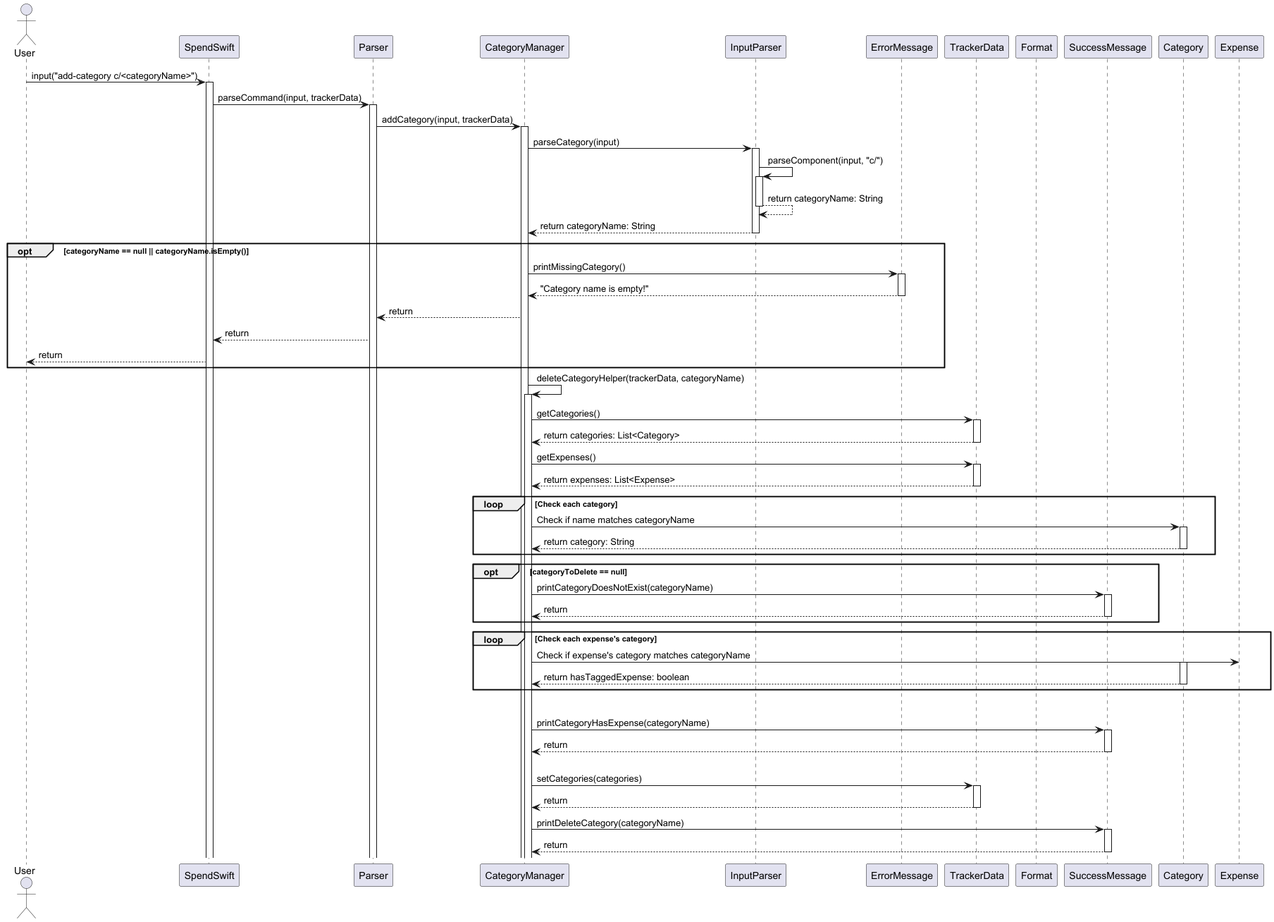
This is docs/sequencediagrams/DeleteCategory.png from nus-cs2113-AY2425S1/tp, a PlantUML export, as it was before one commit. Source of this version:
```plantuml
@startuml

actor User
participant SpendSwift
participant Parser
participant CategoryManager
participant InputParser
participant ErrorMessage
participant TrackerData
participant Format
participant SuccessMessage
participant Category

User -> SpendSwift : input("add-category c/<categoryName>")
activate SpendSwift
SpendSwift -> Parser : parseCommand(input, trackerData)

activate Parser
Parser -> CategoryManager : addCategory(input, trackerData)

activate CategoryManager
CategoryManager -> InputParser : parseCategory(input)

activate InputParser
InputParser -> InputParser : parseComponent(input, "c/")

    activate InputParser
    InputParser --> InputParser : return categoryName: String
    deactivate InputParser

InputParser --> CategoryManager : return categoryName: String
deactivate InputParser

opt categoryName == null || categoryName.isEmpty()
    CategoryManager -> ErrorMessage : printMissingCategory()
    activate ErrorMessage
    ErrorMessage --> CategoryManager : "Category name is empty!"
    deactivate ErrorMessage
    CategoryManager --> Parser : return
    Parser --> SpendSwift : return
    SpendSwift --> User : return
end

CategoryManager -> CategoryManager : deleteCategoryHelper(trackerData, categoryName)
activate CategoryManager
CategoryManager -> TrackerData : getCategories()
activate TrackerData
TrackerData --> CategoryManager : return categories: List<Category>
deactivate TrackerData
CategoryManager -> TrackerData : getExpenses()
activate TrackerData
TrackerData --> CategoryManager : return expenses: List<Expense>
deactivate TrackerData

loop Check each category
    CategoryManager -> Category : Check if name matches categoryName
    activate Category
    Category --> CategoryManager : return category: String
    deactivate Category
end

opt categoryToDelete == null
CategoryManager -> SuccessMessage : printCategoryDoesNotExist(categoryName)
activate SuccessMessage
SuccessMessage --> CategoryManager : return
deactivate SuccessMessage
end

loop Check each expense's category
    CategoryManager -> Expense : Check if expense's category matches categoryName
    activate Category
    Category --> CategoryManager : return hasTaggedExpense: boolean
    deactivate Category
end

alt hasTaggedExpense
CategoryManager -> SuccessMessage : printCategoryHasExpense(categoryName)
activate SuccessMessage
SuccessMessage --> CategoryManager : return
deactivate SuccessMessage

else !hasTaggedExpense
CategoryManager -> TrackerData : setCategories(categories)
activate TrackerData
TrackerData --> CategoryManager : return
deactivate TrackerData
CategoryManager -> SuccessMessage : printDeleteCategory(categoryName)
activate SuccessMessage
SuccessMessage --> CategoryManager : return
deactivate SuccessMessage

@enduml
```
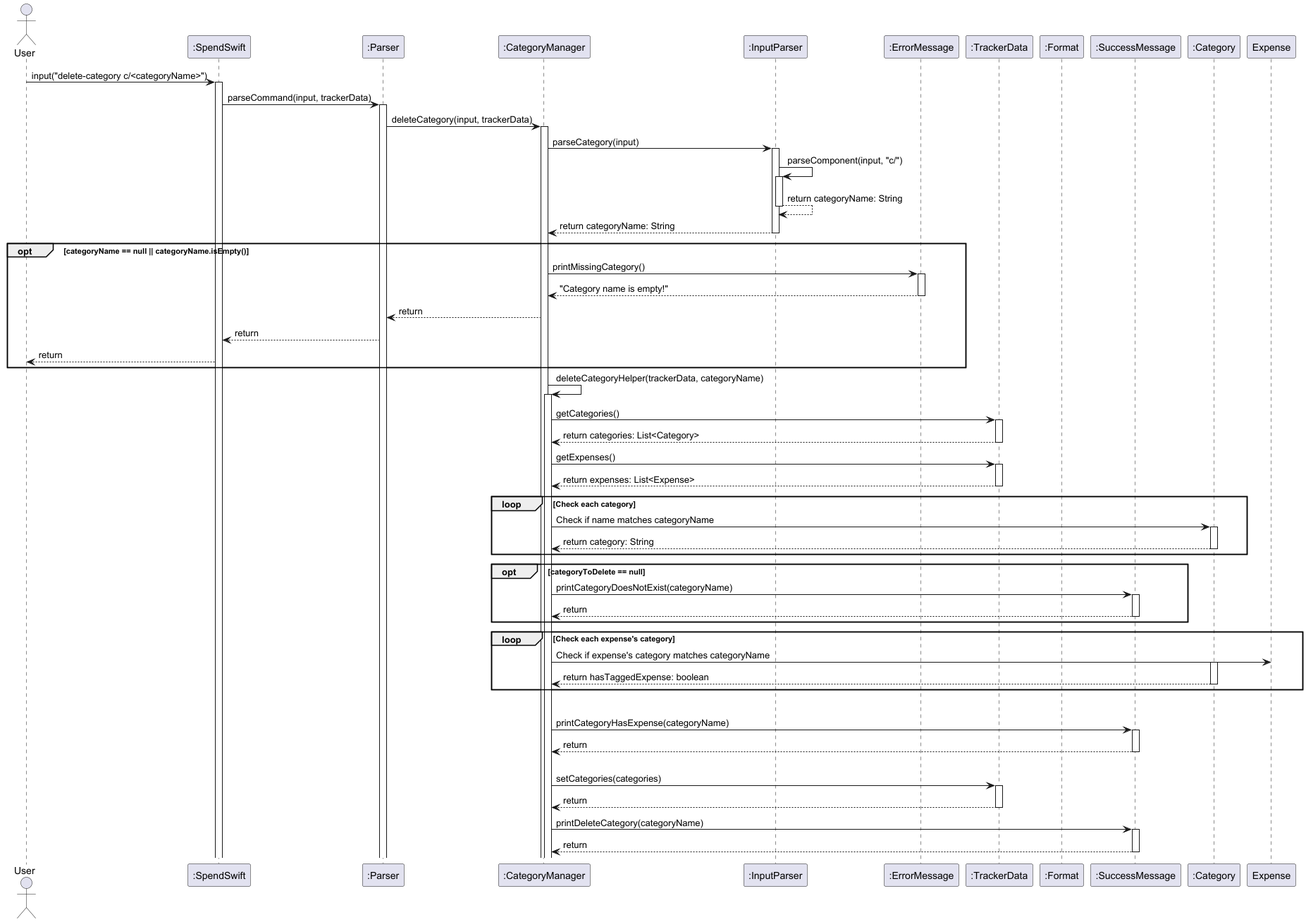
After the commit.

The edit, as a diff of the source:
```diff
@@ -1,22 +1,22 @@
 @startuml
 
 actor User
-participant SpendSwift
-participant Parser
-participant CategoryManager
-participant InputParser
-participant ErrorMessage
-participant TrackerData
-participant Format
-participant SuccessMessage
-participant Category
+participant ":SpendSwift" as SpendSwift
+participant ":Parser" as Parser
+participant ":CategoryManager" as CategoryManager
+participant ":InputParser" as InputParser
+participant ":ErrorMessage" as ErrorMessage
+participant ":TrackerData" as TrackerData
+participant ":Format" as Format
+participant ":SuccessMessage" as SuccessMessage
+participant ":Category" as Category
 
-User -> SpendSwift : input("add-category c/<categoryName>")
+User -> SpendSwift : input("delete-category c/<categoryName>")
 activate SpendSwift
 SpendSwift -> Parser : parseCommand(input, trackerData)
 
 activate Parser
-Parser -> CategoryManager : addCategory(input, trackerData)
+Parser -> CategoryManager : deleteCategory(input, trackerData)
 
 activate CategoryManager
 CategoryManager -> InputParser : parseCategory(input)
```
